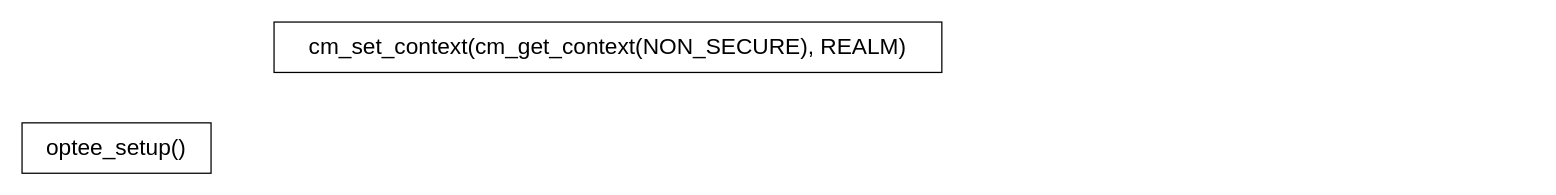
EdisonE3/draw-pictures keeps this draw.io diagram as cca-workflow/opteed_cm.drawio. Above is the earlier version. Source tidied: cells renumbered, new cells numbered last; positions are measured from the earlier drawing's top-left corner, leaving out a move shared by most shapes. Both pictures are drawn from the tidied source at 126%, with x=0, y=0 at pixel (21, 21).
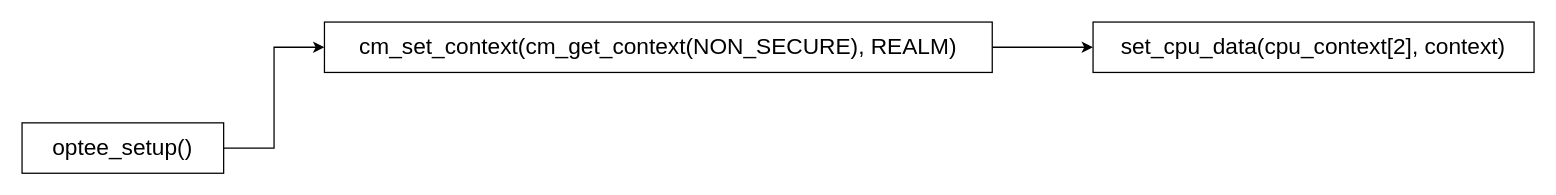
After the change.

The edit, as a diff of the source:
```diff
@@
 <mxGraphModel>
   <root>
     <mxCell id="0" />
     <mxCell id="1" parent="0" />
+    <mxCell id="4" style="edgeStyle=orthogonalEdgeStyle;rounded=0;jettySize=auto;html=1;exitX=1;exitY=0.5;exitDx=0;exitDy=0;entryX=0;entryY=0.5;entryDx=0;entryDy=0;" parent="1" edge="1" source="2" target="3">
+      <mxGeometry relative="1" as="geometry" />
+    </mxCell>
     <mxCell id="2" value="&lt;font style=&quot;font-size: 18px;&quot;&gt;optee_setup()&lt;/font&gt;" style="rounded=0;whiteSpace=wrap;html=1;" parent="1" vertex="1">
-      <mxGeometry y="80" width="150" height="40" as="geometry" />
+      <mxGeometry y="80" width="160" height="40" as="geometry" />
     </mxCell>
+    <mxCell id="5" style="edgeStyle=orthogonalEdgeStyle;rounded=0;jettySize=auto;html=1;exitX=1;exitY=0.5;exitDx=0;exitDy=0;entryX=0;entryY=0.5;entryDx=0;entryDy=0;" parent="1" edge="1" source="3" target="6">
+      <mxGeometry relative="1" as="geometry" />
+    </mxCell>
     <mxCell id="3" value="&lt;font style=&quot;font-size: 18px;&quot;&gt;cm_set_context(cm_get_context(NON_SECURE), REALM)&lt;/font&gt;" style="rounded=0;whiteSpace=wrap;html=1;" parent="1" vertex="1">
-      <mxGeometry x="200" width="530" height="40" as="geometry" />
+      <mxGeometry x="240" width="530" height="40" as="geometry" />
     </mxCell>
+    <mxCell id="6" value="&lt;font style=&quot;font-size: 18px;&quot;&gt;set_cpu_data(cpu_context[2], context)&lt;/font&gt;" style="rounded=0;whiteSpace=wrap;html=1;" parent="1" vertex="1">
+      <mxGeometry x="850" width="350" height="40" as="geometry" />
+    </mxCell>
   </root>
 </mxGraphModel>
```
